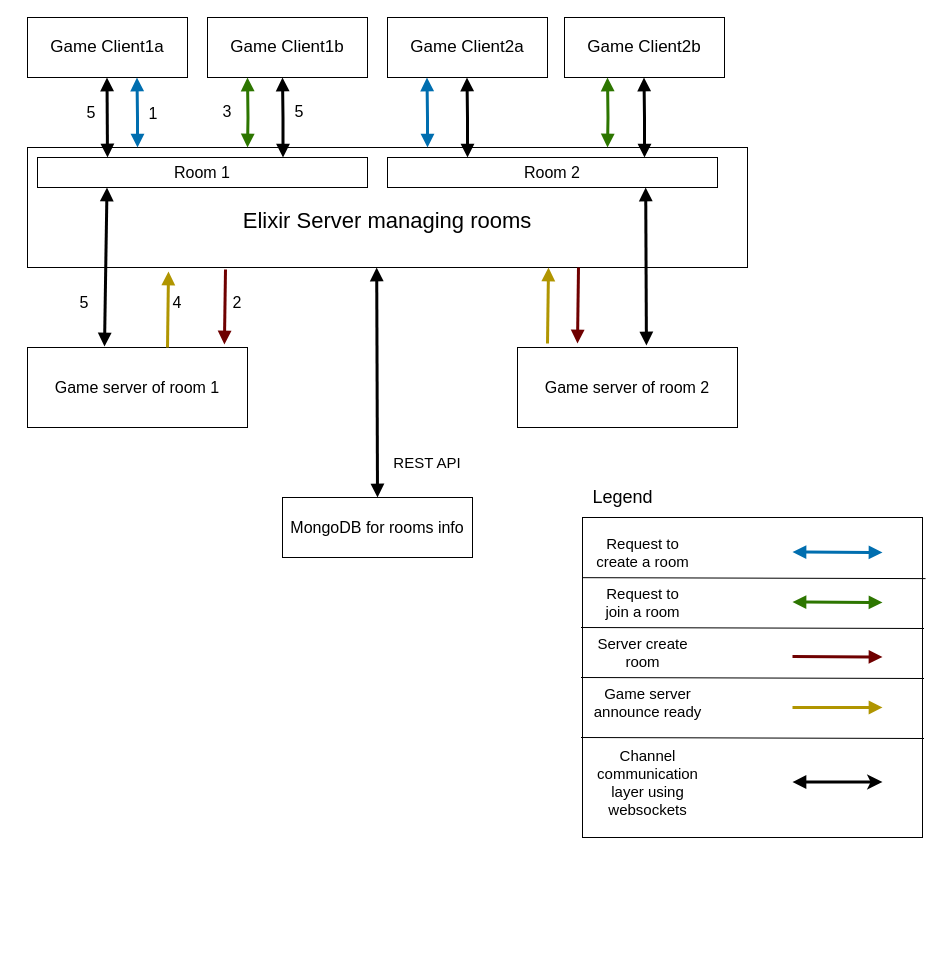
The draw.io diagram bomberman/doc/architecture.drawio in Aperence/elixir-games, before the edit. Source tidied: cells renumbered, new cells numbered last; positions are measured from the earlier drawing's top-left corner, leaving out a move shared by most shapes. Both pictures are drawn from the tidied source at 100%, with x=0, y=0 at pixel (27, 17).
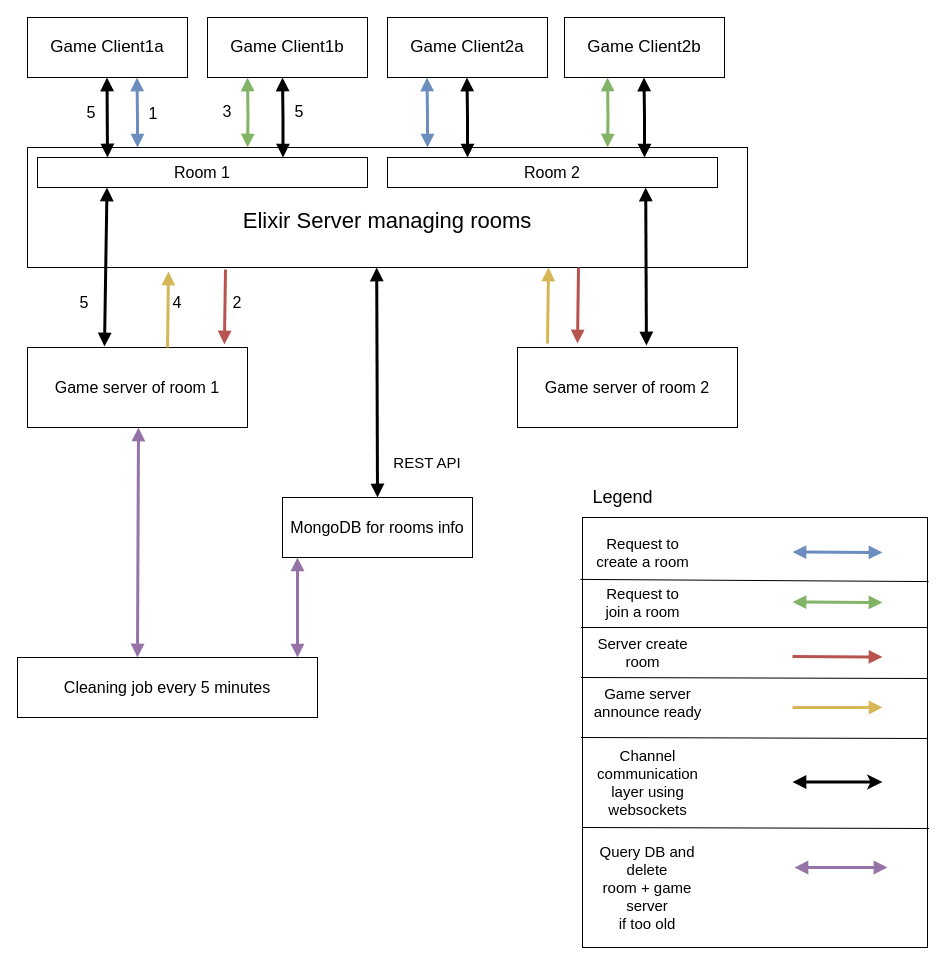
Above is the later version.

The change refers to these unchanged cells:
```xml
<mxCell id="7" value="&lt;font style=&quot;font-size: 22px;&quot;&gt;&lt;br&gt;Elixir Server managing rooms&lt;/font&gt;" style="rounded=0;whiteSpace=wrap;html=1;" parent="1" vertex="1">
  <mxGeometry y="130" width="720" height="120" as="geometry" />
</mxCell>
<mxCell id="17" value="&lt;font style=&quot;font-size: 16px;&quot;&gt;Game server of room 1&lt;/font&gt;" style="rounded=0;whiteSpace=wrap;html=1;" parent="1" vertex="1">
  <mxGeometry y="330" width="220" height="80" as="geometry" />
</mxCell>
```

The edit, as a diff of the source:
```diff
@@
     <mxCell id="2" style="rounded=0;whiteSpace=wrap;html=1;fillColor=none;" parent="1" vertex="1">
-      <mxGeometry x="555" y="500" width="340" height="320" as="geometry" />
+      <mxGeometry x="555" y="500" width="345" height="430" as="geometry" />
     </mxCell>
@@
-    <mxCell id="21" style="endArrow=block;html=1;rounded=0;entryX=0.5;entryY=1;entryDx=0;entryDy=0;strokeWidth=3;startArrow=block;startFill=1;endFill=1;fillColor=#1ba1e2;strokeColor=#006EAF;" parent="1" edge="1">
+    <mxCell id="21" style="endArrow=block;html=1;rounded=0;entryX=0.5;entryY=1;entryDx=0;entryDy=0;strokeWidth=3;startArrow=block;startFill=1;endFill=1;fillColor=#dae8fc;strokeColor=#6c8ebf;" parent="1" edge="1">
       <mxGeometry relative="1" as="geometry">
         <mxPoint x="110" y="130" as="sourcePoint" />
         <mxPoint x="109.5" y="60" as="targetPoint" />
         <Array as="points">
           <mxPoint x="110" y="100" />
         </Array>
       </mxGeometry>
     </mxCell>
@@
-    <mxCell id="23" style="endArrow=block;html=1;rounded=0;entryX=0.5;entryY=1;entryDx=0;entryDy=0;strokeWidth=3;startArrow=block;startFill=1;endFill=1;fillColor=#60a917;strokeColor=#2D7600;" parent="1" edge="1">
+    <mxCell id="23" style="endArrow=block;html=1;rounded=0;entryX=0.5;entryY=1;entryDx=0;entryDy=0;strokeWidth=3;startArrow=block;startFill=1;endFill=1;fillColor=#d5e8d4;strokeColor=#82b366;" parent="1" edge="1">
       <mxGeometry relative="1" as="geometry">
         <mxPoint x="220" y="130" as="sourcePoint" />
         <mxPoint x="220" y="60" as="targetPoint" />
         <Array as="points">
           <mxPoint x="220.5" y="100" />
         </Array>
       </mxGeometry>
     </mxCell>
@@
-    <mxCell id="25" style="endArrow=block;html=1;rounded=0;strokeWidth=3;startArrow=block;startFill=1;endFill=1;fillColor=#60a917;strokeColor=#2D7600;" parent="1" edge="1">
+    <mxCell id="25" style="endArrow=block;html=1;rounded=0;strokeWidth=3;startArrow=block;startFill=1;endFill=1;fillColor=#d5e8d4;strokeColor=#82b366;" parent="1" edge="1">
       <mxGeometry relative="1" as="geometry">
         <mxPoint x="765" y="584.5" as="sourcePoint" />
         <mxPoint x="855" y="585" as="targetPoint" />
       </mxGeometry>
     </mxCell>
@@
-    <mxCell id="27" style="endArrow=block;html=1;rounded=0;strokeWidth=3;startArrow=none;startFill=0;endFill=1;fillColor=#a20025;strokeColor=#6F0000;" parent="1" edge="1">
+    <mxCell id="27" style="endArrow=block;html=1;rounded=0;strokeWidth=3;startArrow=none;startFill=0;endFill=1;fillColor=#f8cecc;strokeColor=#b85450;" parent="1" edge="1">
       <mxGeometry relative="1" as="geometry">
         <mxPoint x="765" y="639" as="sourcePoint" />
         <mxPoint x="855" y="639.5" as="targetPoint" />
       </mxGeometry>
     </mxCell>
@@
-    <mxCell id="29" style="endArrow=block;html=1;rounded=0;strokeWidth=3;startArrow=block;startFill=1;endFill=1;fillColor=#1ba1e2;strokeColor=#006EAF;" parent="1" edge="1">
+    <mxCell id="29" style="endArrow=block;html=1;rounded=0;strokeWidth=3;startArrow=block;startFill=1;endFill=1;fillColor=#dae8fc;strokeColor=#6c8ebf;" parent="1" edge="1">
       <mxGeometry relative="1" as="geometry">
         <mxPoint x="765" y="534.5" as="sourcePoint" />
         <mxPoint x="855" y="535" as="targetPoint" />
       </mxGeometry>
     </mxCell>
-    <mxCell id="30" style="endArrow=block;html=1;rounded=0;entryX=0.5;entryY=1;entryDx=0;entryDy=0;strokeWidth=3;startArrow=block;startFill=1;endFill=1;fillColor=#60a917;strokeColor=#2D7600;" parent="1" edge="1">
+    <mxCell id="30" style="endArrow=block;html=1;rounded=0;entryX=0.5;entryY=1;entryDx=0;entryDy=0;strokeWidth=3;startArrow=block;startFill=1;endFill=1;fillColor=#d5e8d4;strokeColor=#82b366;" parent="1" edge="1">
       <mxGeometry relative="1" as="geometry">
         <mxPoint x="580" y="130" as="sourcePoint" />
         <mxPoint x="580" y="60" as="targetPoint" />
         <Array as="points">
           <mxPoint x="580.5" y="100" />
         </Array>
       </mxGeometry>
     </mxCell>
-    <mxCell id="31" style="endArrow=block;html=1;rounded=0;entryX=0.5;entryY=1;entryDx=0;entryDy=0;strokeWidth=3;startArrow=block;startFill=1;endFill=1;fillColor=#1ba1e2;strokeColor=#006EAF;" parent="1" edge="1">
+    <mxCell id="31" style="endArrow=block;html=1;rounded=0;entryX=0.5;entryY=1;entryDx=0;entryDy=0;strokeWidth=3;startArrow=block;startFill=1;endFill=1;fillColor=#dae8fc;strokeColor=#6c8ebf;" parent="1" edge="1">
       <mxGeometry relative="1" as="geometry">
         <mxPoint x="400" y="130" as="sourcePoint" />
         <mxPoint x="399.5" y="60" as="targetPoint" />
         <Array as="points">
           <mxPoint x="400" y="100" />
         </Array>
       </mxGeometry>
     </mxCell>
-    <mxCell id="32" style="endArrow=block;html=1;rounded=0;strokeWidth=3;startArrow=none;startFill=0;endFill=1;fillColor=#a20025;strokeColor=#6F0000;exitX=0.275;exitY=1.017;exitDx=0;exitDy=0;exitPerimeter=0;entryX=0.895;entryY=-0.037;entryDx=0;entryDy=0;entryPerimeter=0;" parent="1" edge="1" source="7" target="17">
+    <mxCell id="32" style="endArrow=block;html=1;rounded=0;strokeWidth=3;startArrow=none;startFill=0;endFill=1;fillColor=#f8cecc;strokeColor=#b85450;exitX=0.275;exitY=1.017;exitDx=0;exitDy=0;exitPerimeter=0;entryX=0.895;entryY=-0.037;entryDx=0;entryDy=0;entryPerimeter=0;" parent="1" edge="1" source="7" target="17">
       <mxGeometry relative="1" as="geometry" />
     </mxCell>
-    <mxCell id="33" style="endArrow=block;html=1;rounded=0;strokeWidth=3;startArrow=none;startFill=0;endFill=1;fillColor=#a20025;strokeColor=#6F0000;exitX=0.18;exitY=1.008;exitDx=0;exitDy=0;exitPerimeter=0;entryX=0.895;entryY=-0.037;entryDx=0;entryDy=0;entryPerimeter=0;" parent="1" edge="1">
+    <mxCell id="33" style="endArrow=block;html=1;rounded=0;strokeWidth=3;startArrow=none;startFill=0;endFill=1;fillColor=#f8cecc;strokeColor=#b85450;exitX=0.18;exitY=1.008;exitDx=0;exitDy=0;exitPerimeter=0;entryX=0.895;entryY=-0.037;entryDx=0;entryDy=0;entryPerimeter=0;" parent="1" edge="1">
       <mxGeometry relative="1" as="geometry">
         <mxPoint x="551" y="250" as="sourcePoint" />
         <mxPoint x="550" y="326" as="targetPoint" />
       </mxGeometry>
     </mxCell>
@@
-    <mxCell id="35" style="endArrow=none;html=1;rounded=0;strokeWidth=3;startArrow=block;startFill=1;endFill=0;fillColor=#e3c800;strokeColor=#B09500;exitX=0.18;exitY=1.008;exitDx=0;exitDy=0;exitPerimeter=0;entryX=0.895;entryY=-0.037;entryDx=0;entryDy=0;entryPerimeter=0;" parent="1" edge="1">
+    <mxCell id="35" style="endArrow=none;html=1;rounded=0;strokeWidth=3;startArrow=block;startFill=1;endFill=0;fillColor=#fff2cc;strokeColor=#d6b656;exitX=0.18;exitY=1.008;exitDx=0;exitDy=0;exitPerimeter=0;entryX=0.895;entryY=-0.037;entryDx=0;entryDy=0;entryPerimeter=0;" parent="1" edge="1">
       <mxGeometry relative="1" as="geometry">
         <mxPoint x="141" y="254" as="sourcePoint" />
         <mxPoint x="140" y="330" as="targetPoint" />
       </mxGeometry>
     </mxCell>
-    <mxCell id="36" style="endArrow=none;html=1;rounded=0;strokeWidth=3;startArrow=block;startFill=1;endFill=0;fillColor=#e3c800;strokeColor=#B09500;exitX=0.18;exitY=1.008;exitDx=0;exitDy=0;exitPerimeter=0;entryX=0.895;entryY=-0.037;entryDx=0;entryDy=0;entryPerimeter=0;" parent="1" edge="1">
+    <mxCell id="36" style="endArrow=none;html=1;rounded=0;strokeWidth=3;startArrow=block;startFill=1;endFill=0;fillColor=#fff2cc;strokeColor=#d6b656;exitX=0.18;exitY=1.008;exitDx=0;exitDy=0;exitPerimeter=0;entryX=0.895;entryY=-0.037;entryDx=0;entryDy=0;entryPerimeter=0;" parent="1" edge="1">
       <mxGeometry relative="1" as="geometry">
         <mxPoint x="521" y="250" as="sourcePoint" />
         <mxPoint x="520" y="326" as="targetPoint" />
       </mxGeometry>
     </mxCell>
-    <mxCell id="37" style="endArrow=none;html=1;rounded=0;strokeWidth=3;startArrow=block;startFill=1;endFill=0;fillColor=#e3c800;strokeColor=#B09500;" parent="1" edge="1">
+    <mxCell id="37" style="endArrow=none;html=1;rounded=0;strokeWidth=3;startArrow=block;startFill=1;endFill=0;fillColor=#fff2cc;strokeColor=#d6b656;" parent="1" edge="1">
       <mxGeometry relative="1" as="geometry">
         <mxPoint x="855" y="690" as="sourcePoint" />
         <mxPoint x="765" y="690" as="targetPoint" />
       </mxGeometry>
     </mxCell>
@@
-    <mxCell id="40" style="endArrow=none;html=1;rounded=0;exitX=0;exitY=0.188;exitDx=0;exitDy=0;exitPerimeter=0;entryX=1.009;entryY=0.191;entryDx=0;entryDy=0;entryPerimeter=0;" parent="1" edge="1" source="2" target="2">
+    <mxCell id="40" style="endArrow=none;html=1;rounded=0;exitX=-0.006;exitY=0.144;exitDx=0;exitDy=0;exitPerimeter=0;entryX=1.003;entryY=0.149;entryDx=0;entryDy=0;entryPerimeter=0;" parent="1" edge="1" source="2" target="2">
       <mxGeometry relative="1" as="geometry" />
     </mxCell>
-    <mxCell id="41" style="endArrow=none;html=1;rounded=0;exitX=0;exitY=0.188;exitDx=0;exitDy=0;exitPerimeter=0;entryX=1.009;entryY=0.191;entryDx=0;entryDy=0;entryPerimeter=0;" parent="1" edge="1">
+    <mxCell id="41" style="endArrow=none;html=1;rounded=0;exitX=0;exitY=0.188;exitDx=0;exitDy=0;exitPerimeter=0;" parent="1" edge="1">
       <mxGeometry relative="1" as="geometry">
         <mxPoint x="553.5" y="610" as="sourcePoint" />
-        <mxPoint x="896.5" y="611" as="targetPoint" />
+        <mxPoint x="900" y="610" as="targetPoint" />
       </mxGeometry>
     </mxCell>
-    <mxCell id="42" style="endArrow=none;html=1;rounded=0;exitX=0;exitY=0.188;exitDx=0;exitDy=0;exitPerimeter=0;entryX=1.009;entryY=0.191;entryDx=0;entryDy=0;entryPerimeter=0;" parent="1" edge="1">
+    <mxCell id="42" style="endArrow=none;html=1;rounded=0;exitX=0;exitY=0.188;exitDx=0;exitDy=0;exitPerimeter=0;" parent="1" edge="1">
       <mxGeometry relative="1" as="geometry">
         <mxPoint x="553.5" y="660" as="sourcePoint" />
-        <mxPoint x="896.5" y="661" as="targetPoint" />
+        <mxPoint x="900" y="661" as="targetPoint" />
       </mxGeometry>
     </mxCell>
-    <mxCell id="43" style="endArrow=none;html=1;rounded=0;exitX=0;exitY=0.188;exitDx=0;exitDy=0;exitPerimeter=0;entryX=1.009;entryY=0.191;entryDx=0;entryDy=0;entryPerimeter=0;" parent="1" edge="1">
+    <mxCell id="43" style="endArrow=none;html=1;rounded=0;exitX=0;exitY=0.188;exitDx=0;exitDy=0;exitPerimeter=0;" parent="1" edge="1">
       <mxGeometry relative="1" as="geometry">
         <mxPoint x="553.5" y="720" as="sourcePoint" />
-        <mxPoint x="896.5" y="721" as="targetPoint" />
+        <mxPoint x="900" y="721" as="targetPoint" />
       </mxGeometry>
     </mxCell>
@@
+    <mxCell id="51" value="&lt;font style=&quot;font-size: 16px;&quot;&gt;Cleaning job every 5 minutes&lt;/font&gt;" style="rounded=0;whiteSpace=wrap;html=1;" parent="1" vertex="1">
+      <mxGeometry x="-10" y="640" width="300" height="60" as="geometry" />
+    </mxCell>
+    <mxCell id="52" style="endArrow=block;html=1;rounded=0;startArrow=block;startFill=1;endFill=1;strokeWidth=3;fillColor=#e1d5e7;strokeColor=#9673a6;" parent="1" edge="1">
+      <mxGeometry relative="1" as="geometry">
+        <mxPoint x="270" y="640" as="sourcePoint" />
+        <mxPoint x="270" y="540" as="targetPoint" />
+      </mxGeometry>
+    </mxCell>
+    <mxCell id="53" style="endArrow=block;html=1;rounded=0;entryX=0.084;entryY=1.017;entryDx=0;entryDy=0;entryPerimeter=0;startArrow=block;startFill=1;endFill=1;strokeWidth=3;fillColor=#e1d5e7;strokeColor=#9673a6;" parent="1" edge="1">
+      <mxGeometry relative="1" as="geometry">
+        <mxPoint x="110" y="640" as="sourcePoint" />
+        <mxPoint x="111" y="410" as="targetPoint" />
+      </mxGeometry>
+    </mxCell>
+    <mxCell id="54" style="endArrow=block;html=1;rounded=0;startArrow=block;startFill=1;endFill=1;strokeWidth=3;fillColor=#e1d5e7;strokeColor=#9673a6;" parent="1" edge="1">
+      <mxGeometry relative="1" as="geometry">
+        <mxPoint x="767" y="850" as="sourcePoint" />
+        <mxPoint x="860" y="850" as="targetPoint" />
+      </mxGeometry>
+    </mxCell>
+    <mxCell id="55" style="endArrow=none;html=1;rounded=0;exitX=0;exitY=0.188;exitDx=0;exitDy=0;exitPerimeter=0;" parent="1" edge="1">
+      <mxGeometry relative="1" as="geometry">
+        <mxPoint x="555" y="810" as="sourcePoint" />
+        <mxPoint x="901.5" y="811" as="targetPoint" />
+      </mxGeometry>
+    </mxCell>
+    <mxCell id="56" value="&lt;span style=&quot;font-size: 15px;&quot;&gt;Query DB and delete&lt;/span&gt;&lt;br style=&quot;font-size: 15px;&quot;&gt;&lt;span style=&quot;font-size: 15px;&quot;&gt;room + game server&lt;/span&gt;&lt;br style=&quot;font-size: 15px;&quot;&gt;&lt;span style=&quot;font-size: 15px;&quot;&gt;if too old&lt;/span&gt;" style="text;html=1;align=center;verticalAlign=middle;whiteSpace=wrap;rounded=0;" parent="1" vertex="1">
+      <mxGeometry x="555" y="800" width="130" height="140" as="geometry" />
+    </mxCell>
```
